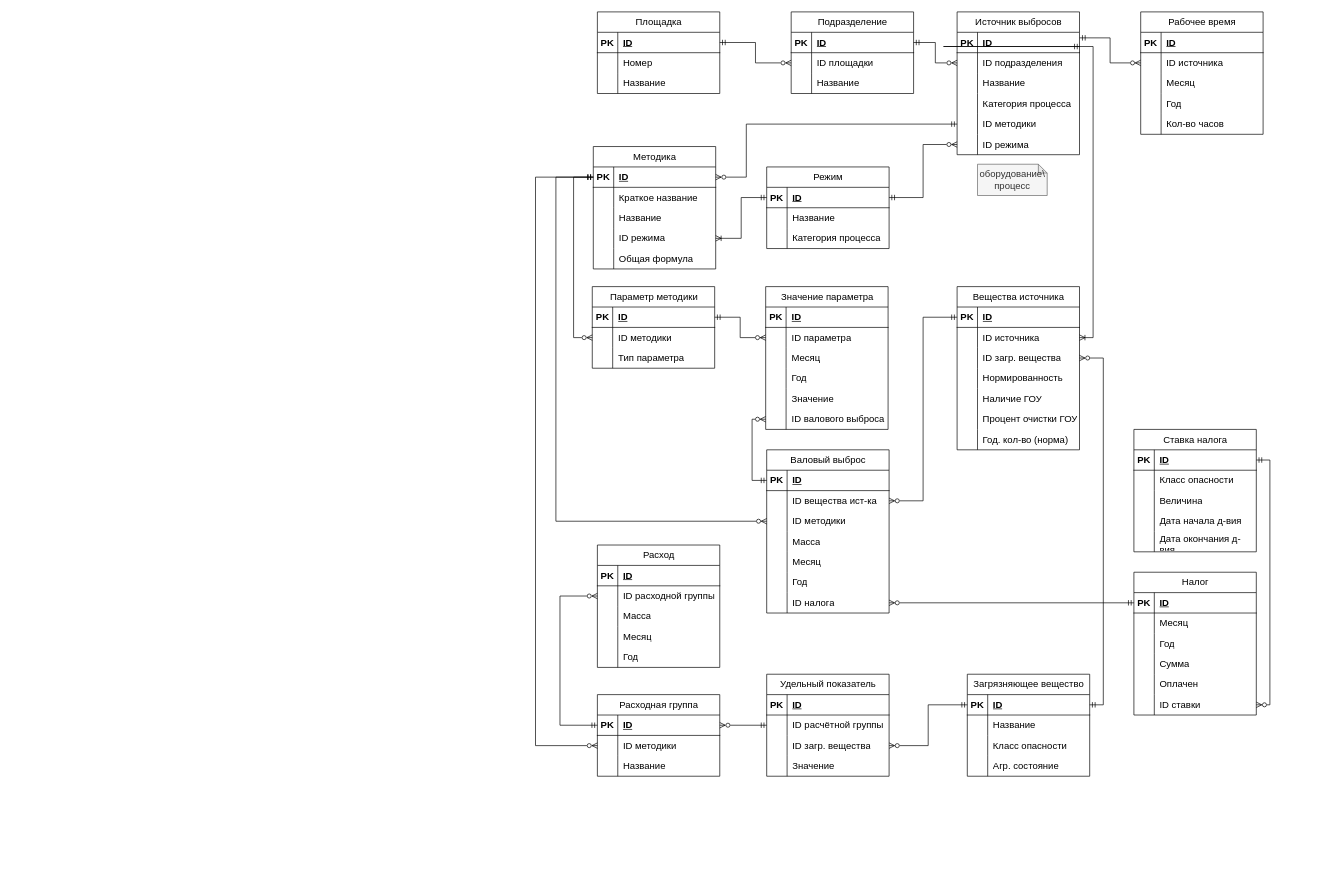
Above: page "Entity-Relation" (1 of 4) of диплом_выбросы.drawio in leg0ushque/emission-tracking-app (draw.io), before the change. Source tidied: cells renumbered, new cells numbered last; positions are measured from the earlier drawing's top-left corner, leaving out a move shared by most shapes. Both pictures are drawn from the tidied source at 68%, with x=0, y=0 at pixel (535, 12).
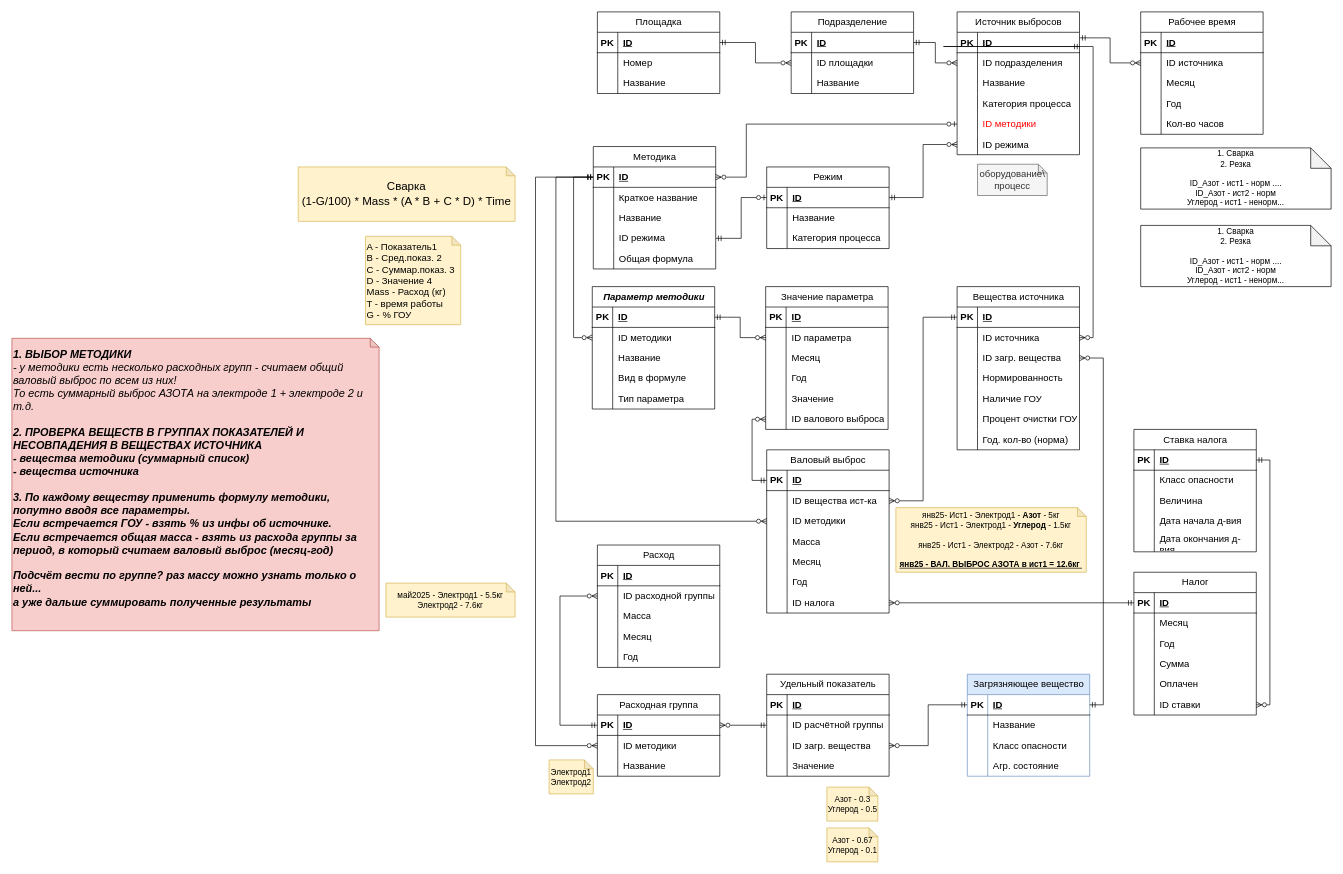
Above is the later version.

The change refers to these unchanged cells:
```xml
<mxCell id="26" value="&lt;span style=&quot;font-weight: normal;&quot;&gt;Источник выбросов&lt;/span&gt;" style="shape=table;startSize=30;childLayout=tableLayout;rowLines=0;fontStyle=1;align=center;html=1;fontSize=14;" parent="1" vertex="1">
  <mxGeometry x="620" width="180" height="210" as="geometry" />
</mxCell>
<mxCell id="27" style="shape=tableRow;horizontal=0;startSize=0;swimlaneHead=0;swimlaneBody=0;fillColor=none;points=[[0,0.5],[1,0.5]];portConstraint=eastwest;top=0;left=0;right=0;bottom=1;fontSize=14;" parent="26" vertex="1">
  <mxGeometry y="30" width="180" height="30" as="geometry" />
</mxCell>
<mxCell id="62" style="shape=tableRow;horizontal=0;startSize=0;swimlaneHead=0;swimlaneBody=0;fillColor=none;points=[[0,0.5],[1,0.5]];portConstraint=eastwest;top=0;left=0;right=0;bottom=0;fontSize=14;" parent="58" vertex="1">
  <mxGeometry y="60" width="180" height="30" as="geometry" />
</mxCell>
<mxCell id="83" style="shape=tableRow;horizontal=0;startSize=0;swimlaneHead=0;swimlaneBody=0;fillColor=none;points=[[0,0.5],[1,0.5]];portConstraint=eastwest;top=0;left=0;right=0;bottom=1;fontSize=14;" parent="82" vertex="1">
  <mxGeometry y="30" width="180" height="30" as="geometry" />
</mxCell>
<mxCell id="94" style="shape=tableRow;horizontal=0;startSize=0;swimlaneHead=0;swimlaneBody=0;fillColor=none;points=[[0,0.5],[1,0.5]];portConstraint=eastwest;top=0;left=0;right=0;bottom=1;fontSize=14;" parent="93" vertex="1">
  <mxGeometry y="30" width="180" height="30" as="geometry" />
</mxCell>
<mxCell id="103" style="shape=tableRow;horizontal=0;startSize=0;swimlaneHead=0;swimlaneBody=0;fillColor=none;points=[[0,0.5],[1,0.5]];portConstraint=eastwest;top=0;left=0;right=0;bottom=0;fontSize=14;" parent="93" vertex="1">
  <mxGeometry y="120" width="180" height="30" as="geometry" />
</mxCell>
```

What changed in the source:
```diff
@@
-    <mxCell id="39" style="shape=tableRow;horizontal=0;startSize=0;swimlaneHead=0;swimlaneBody=0;fillColor=none;points=[[0,0.5],[1,0.5]];portConstraint=eastwest;top=0;left=0;right=0;bottom=0;fontSize=14;" parent="26" vertex="1">
+    <mxCell id="39" style="shape=tableRow;horizontal=0;startSize=0;swimlaneHead=0;swimlaneBody=0;fillColor=none;points=[[0,0.5],[1,0.5]];portConstraint=eastwest;top=0;left=0;right=0;bottom=0;fontSize=14;fontColor=#000000;" parent="26" vertex="1">
       <mxGeometry y="150" width="180" height="30" as="geometry" />
     </mxCell>
@@
-    <mxCell id="41" value="ID методики" style="shape=partialRectangle;fillColor=none;top=0;left=0;bottom=0;right=0;align=left;spacingLeft=6;overflow=hidden;whiteSpace=wrap;html=1;fontSize=14;" parent="39" vertex="1">
+    <mxCell id="41" value="ID методики" style="shape=partialRectangle;fillColor=none;top=0;left=0;bottom=0;right=0;align=left;spacingLeft=6;overflow=hidden;whiteSpace=wrap;html=1;fontSize=14;fontColor=#FF0000;" parent="39" vertex="1">
       <mxGeometry x="30" width="150" height="30" as="geometry" />
     </mxCell>
@@
-    <mxCell id="45" value="&lt;span style=&quot;font-weight: 400;&quot;&gt;Загрязняющее вещество&lt;/span&gt;" style="shape=table;startSize=30;childLayout=tableLayout;rowLines=0;fontStyle=1;align=center;html=1;fontSize=14;" parent="1" vertex="1">
+    <mxCell id="45" value="&lt;span style=&quot;font-weight: 400;&quot;&gt;Загрязняющее вещество&lt;/span&gt;" style="shape=table;startSize=30;childLayout=tableLayout;rowLines=0;fontStyle=1;align=center;html=1;fontSize=14;fillColor=#dae8fc;strokeColor=#6c8ebf;" parent="1" vertex="1">
       <mxGeometry x="635" y="974" width="180" height="150" as="geometry" />
     </mxCell>
@@
-    <mxCell id="81" style="edgeStyle=orthogonalEdgeStyle;shape=connector;rounded=0;jettySize=auto;html=1;exitX=1;exitY=0.5;exitDx=0;exitDy=0;entryX=1.004;entryY=0.698;entryDx=0;entryDy=0;entryPerimeter=0;strokeColor=default;align=center;verticalAlign=middle;fontFamily=Helvetica;fontSize=14;fontColor=default;labelBackgroundColor=default;startArrow=ERoneToMany;startFill=0;endArrow=ERmandOne;endFill=0;" parent="1" edge="1" source="62" target="27">
+    <mxCell id="81" style="edgeStyle=orthogonalEdgeStyle;shape=connector;rounded=0;jettySize=auto;html=1;exitX=1;exitY=0.5;exitDx=0;exitDy=0;entryX=1.004;entryY=0.698;entryDx=0;entryDy=0;entryPerimeter=0;strokeColor=default;align=center;verticalAlign=middle;fontFamily=Helvetica;fontSize=14;fontColor=default;labelBackgroundColor=default;startArrow=ERzeroToMany;startFill=0;endArrow=ERmandOne;endFill=0;" parent="1" edge="1" source="62" target="27">
       <mxGeometry relative="1" as="geometry" />
     </mxCell>
@@
-    <mxCell id="109" style="edgeStyle=orthogonalEdgeStyle;shape=connector;rounded=0;jettySize=auto;html=1;exitX=0;exitY=0.5;exitDx=0;exitDy=0;entryX=1;entryY=0.5;entryDx=0;entryDy=0;strokeColor=default;align=center;verticalAlign=middle;fontFamily=Helvetica;fontSize=14;fontColor=default;labelBackgroundColor=default;startArrow=ERmandOne;startFill=0;endArrow=ERzeroToMany;endFill=0;" parent="1" edge="1" source="39" target="94">
+    <mxCell id="109" style="edgeStyle=orthogonalEdgeStyle;shape=connector;rounded=0;jettySize=auto;html=1;exitX=0;exitY=0.5;exitDx=0;exitDy=0;entryX=1;entryY=0.5;entryDx=0;entryDy=0;strokeColor=default;align=center;verticalAlign=middle;fontFamily=Helvetica;fontSize=14;fontColor=default;labelBackgroundColor=default;startArrow=ERzeroToOne;startFill=0;endArrow=ERzeroToMany;endFill=0;" parent="1" edge="1" source="39" target="94">
       <mxGeometry relative="1" as="geometry">
         <Array as="points">
           <mxPoint x="310" y="165" />
           <mxPoint x="310" y="243" />
         </Array>
       </mxGeometry>
     </mxCell>
-    <mxCell id="110" style="edgeStyle=orthogonalEdgeStyle;shape=connector;rounded=0;jettySize=auto;html=1;exitX=0;exitY=0.5;exitDx=0;exitDy=0;entryX=1;entryY=0.5;entryDx=0;entryDy=0;strokeColor=default;align=center;verticalAlign=middle;fontFamily=Helvetica;fontSize=14;fontColor=default;labelBackgroundColor=default;startArrow=ERmandOne;startFill=0;endArrow=ERoneToMany;endFill=0;" parent="1" edge="1" source="83" target="103">
+    <mxCell id="110" style="edgeStyle=orthogonalEdgeStyle;shape=connector;rounded=0;jettySize=auto;html=1;exitX=0;exitY=0.5;exitDx=0;exitDy=0;entryX=1;entryY=0.5;entryDx=0;entryDy=0;strokeColor=default;align=center;verticalAlign=middle;fontFamily=Helvetica;fontSize=14;fontColor=default;labelBackgroundColor=default;startArrow=ERzeroToOne;startFill=0;endArrow=ERmandOne;endFill=0;" parent="1" edge="1" source="83" target="103">
       <mxGeometry relative="1" as="geometry" />
     </mxCell>
@@
-    <mxCell id="132" value="&lt;span style=&quot;font-weight: 400;&quot;&gt;Параметр методики&lt;/span&gt;" style="shape=table;startSize=30;childLayout=tableLayout;rowLines=0;fontStyle=1;align=center;html=1;fontSize=14;" parent="1" vertex="1">
-      <mxGeometry x="83.5" y="404" width="180" height="120" as="geometry" />
+    <mxCell id="132" value="&lt;span style=&quot;&quot;&gt;Параметр методики&lt;/span&gt;" style="shape=table;startSize=30;childLayout=tableLayout;rowLines=0;fontStyle=3;align=center;html=1;fontSize=14;" parent="1" vertex="1">
+      <mxGeometry x="83.5" y="404" width="180" height="180" as="geometry" />
     </mxCell>
@@
+    <mxCell id="263" style="shape=tableRow;horizontal=0;startSize=0;swimlaneHead=0;swimlaneBody=0;fillColor=none;top=0;left=0;right=0;bottom=0;fontSize=14;" parent="132" vertex="1">
+      <mxGeometry y="90" width="180" height="30" as="geometry" />
+    </mxCell>
+    <mxCell id="264" style="shape=partialRectangle;fillColor=none;top=0;left=0;bottom=0;right=0;overflow=hidden;whiteSpace=wrap;html=1;fontSize=14;" parent="263" vertex="1">
+      <mxGeometry width="30" height="30" as="geometry" />
+    </mxCell>
+    <mxCell id="265" value="Название" style="shape=partialRectangle;fillColor=none;top=0;left=0;bottom=0;right=0;align=left;spacingLeft=6;overflow=hidden;whiteSpace=wrap;html=1;fontSize=14;" parent="263" vertex="1">
+      <mxGeometry x="30" width="150" height="30" as="geometry" />
+    </mxCell>
+    <mxCell id="266" style="shape=tableRow;horizontal=0;startSize=0;swimlaneHead=0;swimlaneBody=0;fillColor=none;top=0;left=0;right=0;bottom=0;fontSize=14;" parent="132" vertex="1">
+      <mxGeometry y="120" width="180" height="30" as="geometry" />
+    </mxCell>
+    <mxCell id="267" style="shape=partialRectangle;fillColor=none;top=0;left=0;bottom=0;right=0;overflow=hidden;whiteSpace=wrap;html=1;fontSize=14;" parent="266" vertex="1">
+      <mxGeometry width="30" height="30" as="geometry" />
+    </mxCell>
+    <mxCell id="268" value="Вид в формуле" style="shape=partialRectangle;fillColor=none;top=0;left=0;bottom=0;right=0;align=left;spacingLeft=6;overflow=hidden;whiteSpace=wrap;html=1;fontSize=14;" parent="266" vertex="1">
+      <mxGeometry x="30" width="150" height="30" as="geometry" />
+    </mxCell>
     <mxCell id="139" style="shape=tableRow;horizontal=0;startSize=0;swimlaneHead=0;swimlaneBody=0;fillColor=none;top=0;left=0;right=0;bottom=0;fontSize=14;" parent="132" vertex="1">
-      <mxGeometry y="90" width="180" height="30" as="geometry" />
+      <mxGeometry y="150" width="180" height="30" as="geometry" />
     </mxCell>
@@
+    <mxCell id="269" value="1. Сварка&lt;br&gt;2. Резка&lt;br&gt;&lt;br&gt;ID_Азот - ист1 - норм ....&lt;br&gt;ID_Азот - ист2 - норм&lt;br&gt;Углерод - ист1 - ненорм..." style="shape=note;whiteSpace=wrap;html=1;backgroundOutline=1;darkOpacity=0.05;" parent="1" vertex="1">
+      <mxGeometry x="890" y="200" width="280" height="90" as="geometry" />
+    </mxCell>
+    <mxCell id="270" value="Сварка&lt;div&gt;(1-G/100) * Mass * (A * B + C * D) * Time&lt;/div&gt;" style="shape=note;whiteSpace=wrap;html=1;backgroundOutline=1;darkOpacity=0.05;size=13;fillColor=#fff2cc;strokeColor=#d6b656;fontSize=17;" parent="1" vertex="1">
+      <mxGeometry x="-349" y="228" width="319" height="80" as="geometry" />
+    </mxCell>
+    <mxCell id="271" value="&lt;div&gt;A - Показатель1&lt;/div&gt;&lt;div&gt;B - Сред.показ. 2&lt;/div&gt;&lt;div&gt;C - Суммар.показ. 3&lt;/div&gt;&lt;div&gt;D - Значение 4&lt;/div&gt;&lt;div&gt;Mass - Расход (кг)&lt;/div&gt;&lt;div&gt;T - время работы&lt;/div&gt;&lt;div&gt;G - % ГОУ&lt;/div&gt;" style="shape=note;whiteSpace=wrap;html=1;backgroundOutline=1;darkOpacity=0.05;size=13;fillColor=#fff2cc;strokeColor=#d6b656;align=left;verticalAlign=top;fontSize=14;" parent="1" vertex="1">
+      <mxGeometry x="-250" y="330" width="140" height="130" as="geometry" />
+    </mxCell>
+    <mxCell id="272" value="Электрод1&lt;div&gt;Электрод2&lt;/div&gt;" style="shape=note;whiteSpace=wrap;html=1;backgroundOutline=1;darkOpacity=0.05;size=13;fillColor=#fff2cc;strokeColor=#d6b656;" parent="1" vertex="1">
+      <mxGeometry x="20" y="1100" width="65" height="50" as="geometry" />
+    </mxCell>
+    <mxCell id="273" value="янв25- Ист1 - Электрод1 - &lt;b&gt;Азот&lt;/b&gt; - 5кг&lt;div&gt;&lt;span style=&quot;background-color: transparent; color: light-dark(rgb(0, 0, 0), rgb(255, 255, 255));&quot;&gt;янв25 - Ист1 - Электрод1 - &lt;b&gt;Углерод&lt;/b&gt; - 1.5кг&lt;/span&gt;&lt;/div&gt;&lt;div&gt;&lt;div&gt;&lt;span style=&quot;background-color: transparent; color: light-dark(rgb(0, 0, 0), rgb(255, 255, 255));&quot;&gt;&lt;br&gt;&lt;/span&gt;&lt;/div&gt;&lt;div&gt;&lt;span style=&quot;background-color: transparent; color: light-dark(rgb(0, 0, 0), rgb(255, 255, 255));&quot;&gt;янв25 - Ист1 - Электрод2 - Азот - 7.6кг&lt;/span&gt;&lt;/div&gt;&lt;/div&gt;&lt;div&gt;&lt;span style=&quot;background-color: transparent; color: light-dark(rgb(0, 0, 0), rgb(255, 255, 255));&quot;&gt;&lt;br&gt;&lt;/span&gt;&lt;/div&gt;&lt;div&gt;&lt;span style=&quot;background-color: transparent; color: light-dark(rgb(0, 0, 0), rgb(255, 255, 255));&quot;&gt;&lt;b&gt;&lt;u&gt;янв25 - ВАЛ. ВЫБРОС АЗОТА в ист1 = 12.6кг&amp;nbsp;&lt;/u&gt;&lt;/b&gt;&lt;/span&gt;&lt;/div&gt;" style="shape=note;whiteSpace=wrap;html=1;backgroundOutline=1;darkOpacity=0.05;size=13;fillColor=#fff2cc;strokeColor=#d6b656;" parent="1" vertex="1">
+      <mxGeometry x="530" y="729" width="280" height="95" as="geometry" />
+    </mxCell>
+    <mxCell id="274" value="май2025 - Электрод1 - 5.5кг&lt;div&gt;Электрод2 - 7.6кг&lt;/div&gt;" style="shape=note;whiteSpace=wrap;html=1;backgroundOutline=1;darkOpacity=0.05;size=13;fillColor=#fff2cc;strokeColor=#d6b656;" parent="1" vertex="1">
+      <mxGeometry x="-220" y="840" width="190" height="50" as="geometry" />
+    </mxCell>
+    <mxCell id="275" value="Азот - 0.3&lt;div&gt;Углерод - 0.5&lt;/div&gt;" style="shape=note;whiteSpace=wrap;html=1;backgroundOutline=1;darkOpacity=0.05;size=13;fillColor=#fff2cc;strokeColor=#d6b656;" parent="1" vertex="1">
+      <mxGeometry x="428.5" y="1140" width="75" height="50" as="geometry" />
+    </mxCell>
+    <mxCell id="276" value="Азот - 0.67&lt;div&gt;Углерод - 0.1&lt;/div&gt;" style="shape=note;whiteSpace=wrap;html=1;backgroundOutline=1;darkOpacity=0.05;size=13;fillColor=#fff2cc;strokeColor=#d6b656;" parent="1" vertex="1">
+      <mxGeometry x="428.5" y="1200" width="75" height="50" as="geometry" />
+    </mxCell>
+    <mxCell id="277" value="1. Сварка&lt;br&gt;2. Резка&lt;br&gt;&lt;br&gt;ID_Азот - ист1 - норм ....&lt;br&gt;ID_Азот - ист2 - норм&lt;br&gt;Углерод - ист1 - ненорм..." style="shape=note;whiteSpace=wrap;html=1;backgroundOutline=1;darkOpacity=0.05;" parent="1" vertex="1">
+      <mxGeometry x="890" y="314" width="280" height="90" as="geometry" />
+    </mxCell>
+    <mxCell id="278" value="1. ВЫБОР МЕТОДИКИ&lt;div&gt;&lt;span style=&quot;font-weight: normal;&quot;&gt;- у методики есть несколько расходных групп&lt;/span&gt;&lt;span style=&quot;font-weight: normal; background-color: transparent; color: light-dark(rgb(0, 0, 0), rgb(255, 255, 255));&quot;&gt;&amp;nbsp;- считаем общий валовый выброс по всем из них!&lt;/span&gt;&lt;/div&gt;&lt;div&gt;&lt;span style=&quot;font-weight: normal;&quot;&gt;То есть суммарный выброс АЗОТА на электроде 1 + электроде 2 и т.д.&lt;/span&gt;&lt;/div&gt;&lt;div&gt;&lt;br&gt;&lt;/div&gt;&lt;div&gt;2. ПРОВЕРКА ВЕЩЕСТВ В ГРУППАХ ПОКАЗАТЕЛЕЙ И НЕСОВПАДЕНИЯ В ВЕЩЕСТВАХ ИСТОЧНИКА&lt;br&gt;- вещества методики (суммарный список)&lt;/div&gt;&lt;div&gt;- вещества источника&lt;/div&gt;&lt;div&gt;&lt;br&gt;&lt;/div&gt;&lt;div&gt;3. По каждому веществу применить формулу методики, попутно вводя все параметры.&amp;nbsp;&lt;/div&gt;&lt;div&gt;Если встречается ГОУ - взять % из инфы об источнике.&amp;nbsp;&lt;/div&gt;&lt;div&gt;Если встречается общая масса - взять из расхода группы за период, в который считаем валовый выброс (месяц-год)&lt;/div&gt;&lt;div&gt;&lt;br&gt;&lt;/div&gt;&lt;div&gt;Подсчёт вести по группе? раз массу можно узнать только о ней...&lt;/div&gt;&lt;div&gt;а уже дальше суммировать полученные результаты&lt;/div&gt;&lt;div&gt;&lt;br&gt;&lt;/div&gt;" style="shape=note;whiteSpace=wrap;html=1;backgroundOutline=1;darkOpacity=0.05;size=13;fillColor=#f8cecc;strokeColor=#b85450;align=left;fontStyle=3;fontSize=16;" parent="1" vertex="1">
+      <mxGeometry x="-770" y="480" width="540" height="430" as="geometry" />
+    </mxCell>
```
